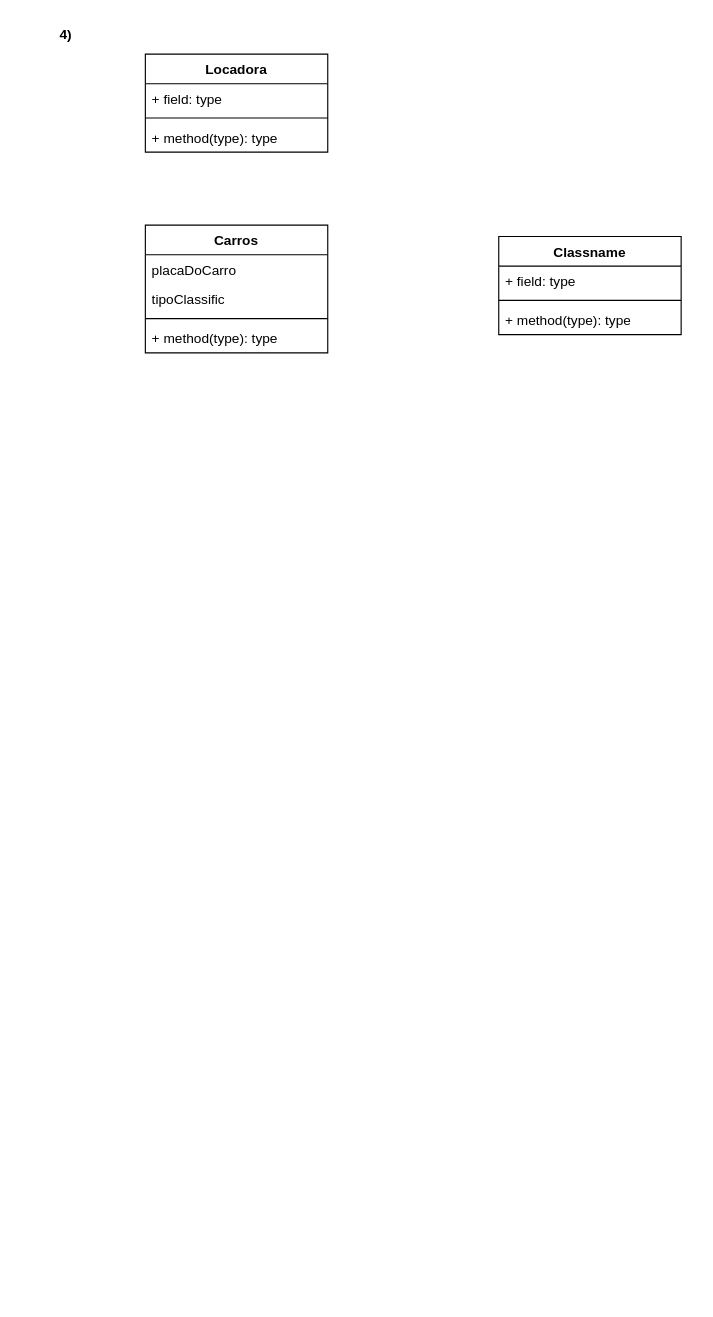
Earlier version of the draw.io diagram ENG SOFTWARE/aula02-07-03-25.drawio (dieguesmosken/mosken.fatec). Source tidied: cells renumbered, new cells numbered last; positions are measured from the earlier drawing's top-left corner, leaving out a move shared by most shapes. Both pictures are drawn from the tidied source at 114%, with x=0, y=0 at pixel (19, 19).
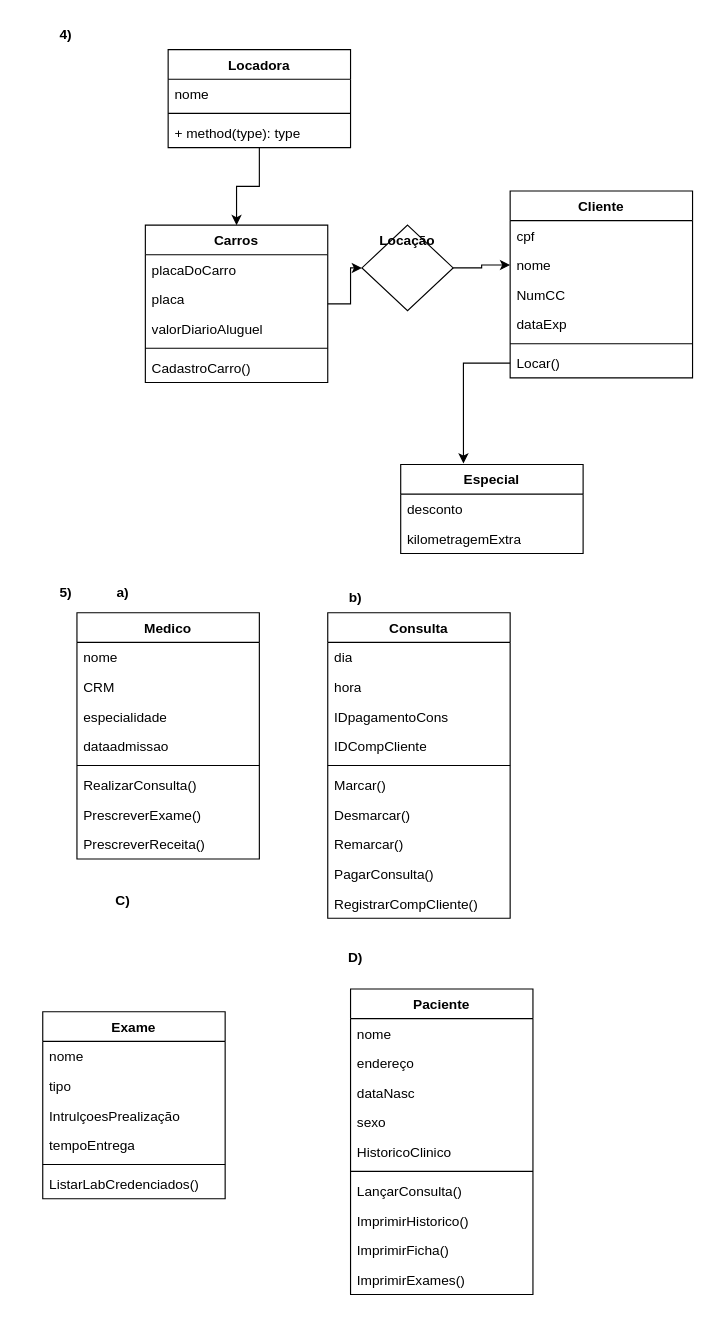
The same page after the edit.

Change to the diagram source:
```diff
@@
+    <mxCell id="16" style="edgeStyle=orthogonalEdgeStyle;rounded=0;jettySize=auto;html=1;" parent="1" edge="1" source="2" target="6">
+      <mxGeometry relative="1" as="geometry" />
+    </mxCell>
     <mxCell id="2" value="Locadora" style="swimlane;fontStyle=1;align=center;verticalAlign=top;horizontal=1;startSize=26;whiteSpace=wrap;html=1;" parent="1" vertex="1">
-      <mxGeometry x="110" y="30" width="160" height="86" as="geometry" />
+      <mxGeometry x="130" y="26" width="160" height="86" as="geometry" />
     </mxCell>
-    <mxCell id="3" value="+ field: type" style="text;strokeColor=none;fillColor=none;align=left;verticalAlign=top;spacingLeft=4;spacingRight=4;overflow=hidden;whiteSpace=wrap;html=1;" parent="2" vertex="1">
+    <mxCell id="3" value="nome" style="text;strokeColor=none;fillColor=none;align=left;verticalAlign=top;spacingLeft=4;spacingRight=4;overflow=hidden;whiteSpace=wrap;html=1;" parent="2" vertex="1">
       <mxGeometry y="26" width="160" height="26" as="geometry" />
     </mxCell>
@@
+    <mxCell id="17" style="edgeStyle=orthogonalEdgeStyle;rounded=0;jettySize=auto;html=1;" parent="1" edge="1" source="6" target="23">
+      <mxGeometry relative="1" as="geometry" />
+    </mxCell>
     <mxCell id="6" value="Carros" style="swimlane;fontStyle=1;align=center;verticalAlign=top;horizontal=1;startSize=26;whiteSpace=wrap;html=1;" parent="1" vertex="1">
-      <mxGeometry x="110" y="180" width="160" height="112" as="geometry" />
+      <mxGeometry x="110" y="180" width="160" height="138" as="geometry" />
     </mxCell>
@@
-    <mxCell id="8" value="tipoClassific" style="text;strokeColor=none;fillColor=none;align=left;verticalAlign=top;spacingLeft=4;spacingRight=4;overflow=hidden;whiteSpace=wrap;html=1;" parent="6" vertex="1">
+    <mxCell id="8" value="placa" style="text;strokeColor=none;fillColor=none;align=left;verticalAlign=top;spacingLeft=4;spacingRight=4;overflow=hidden;whiteSpace=wrap;html=1;" parent="6" vertex="1">
       <mxGeometry y="52" width="160" height="26" as="geometry" />
     </mxCell>
+    <mxCell id="18" value="valorDiarioAluguel&lt;div&gt;&lt;br&gt;&lt;/div&gt;" style="text;strokeColor=none;fillColor=none;align=left;verticalAlign=top;spacingLeft=4;spacingRight=4;overflow=hidden;whiteSpace=wrap;html=1;" parent="6" vertex="1">
+      <mxGeometry y="78" width="160" height="26" as="geometry" />
+    </mxCell>
     <mxCell id="9" style="line;strokeWidth=1;fillColor=none;align=left;verticalAlign=middle;spacingTop=-1;spacingLeft=3;spacingRight=3;labelPosition=right;strokeColor=inherit;" parent="6" vertex="1">
-      <mxGeometry y="78" width="160" height="8" as="geometry" />
+      <mxGeometry y="104" width="160" height="8" as="geometry" />
     </mxCell>
-    <mxCell id="10" value="+ method(type): type" style="text;strokeColor=none;fillColor=none;align=left;verticalAlign=top;spacingLeft=4;spacingRight=4;overflow=hidden;whiteSpace=wrap;html=1;" parent="6" vertex="1">
-      <mxGeometry y="86" width="160" height="26" as="geometry" />
+    <mxCell id="10" value="CadastroCarro()" style="text;strokeColor=none;fillColor=none;align=left;verticalAlign=top;spacingLeft=4;spacingRight=4;overflow=hidden;whiteSpace=wrap;html=1;" parent="6" vertex="1">
+      <mxGeometry y="112" width="160" height="26" as="geometry" />
     </mxCell>
-    <mxCell id="11" value="Classname" style="swimlane;fontStyle=1;align=center;verticalAlign=top;horizontal=1;startSize=26;whiteSpace=wrap;html=1;" parent="1" vertex="1">
-      <mxGeometry x="420" y="190" width="160" height="86" as="geometry" />
+    <mxCell id="11" value="Cliente" style="swimlane;fontStyle=1;align=center;verticalAlign=top;horizontal=1;startSize=26;whiteSpace=wrap;html=1;" parent="1" vertex="1">
+      <mxGeometry x="430" y="150" width="160" height="164" as="geometry" />
     </mxCell>
-    <mxCell id="12" value="+ field: type" style="text;strokeColor=none;fillColor=none;align=left;verticalAlign=top;spacingLeft=4;spacingRight=4;overflow=hidden;whiteSpace=wrap;html=1;" parent="11" vertex="1">
+    <mxCell id="12" value="cpf" style="text;strokeColor=none;fillColor=none;align=left;verticalAlign=top;spacingLeft=4;spacingRight=4;overflow=hidden;whiteSpace=wrap;html=1;" parent="11" vertex="1">
       <mxGeometry y="26" width="160" height="26" as="geometry" />
     </mxCell>
+    <mxCell id="19" value="nome" style="text;strokeColor=none;fillColor=none;align=left;verticalAlign=top;spacingLeft=4;spacingRight=4;overflow=hidden;points=[[0,0.5],[1,0.5]];portConstraint=eastwest;whiteSpace=wrap;html=1;" parent="11" vertex="1">
+      <mxGeometry y="52" width="160" height="26" as="geometry" />
+    </mxCell>
+    <mxCell id="20" value="NumCC" style="text;strokeColor=none;fillColor=none;align=left;verticalAlign=top;spacingLeft=4;spacingRight=4;overflow=hidden;whiteSpace=wrap;html=1;" parent="11" vertex="1">
+      <mxGeometry y="78" width="160" height="26" as="geometry" />
+    </mxCell>
+    <mxCell id="21" value="dataExp&lt;div&gt;&lt;br&gt;&lt;/div&gt;" style="text;strokeColor=none;fillColor=none;align=left;verticalAlign=top;spacingLeft=4;spacingRight=4;overflow=hidden;whiteSpace=wrap;html=1;" parent="11" vertex="1">
+      <mxGeometry y="104" width="160" height="26" as="geometry" />
+    </mxCell>
     <mxCell id="13" style="line;strokeWidth=1;fillColor=none;align=left;verticalAlign=middle;spacingTop=-1;spacingLeft=3;spacingRight=3;labelPosition=right;strokeColor=inherit;" parent="11" vertex="1">
-      <mxGeometry y="52" width="160" height="8" as="geometry" />
+      <mxGeometry y="130" width="160" height="8" as="geometry" />
     </mxCell>
-    <mxCell id="14" value="+ method(type): type" style="text;strokeColor=none;fillColor=none;align=left;verticalAlign=top;spacingLeft=4;spacingRight=4;overflow=hidden;points=[[0,0.5],[1,0.5]];portConstraint=eastwest;whiteSpace=wrap;html=1;" parent="11" vertex="1">
-      <mxGeometry y="60" width="160" height="26" as="geometry" />
+    <mxCell id="14" value="Locar()" style="text;strokeColor=none;fillColor=none;align=left;verticalAlign=top;spacingLeft=4;spacingRight=4;overflow=hidden;points=[[0,0.5],[1,0.5]];portConstraint=eastwest;whiteSpace=wrap;html=1;" parent="11" vertex="1">
+      <mxGeometry y="138" width="160" height="26" as="geometry" />
     </mxCell>
@@
+    <mxCell id="22" style="edgeStyle=orthogonalEdgeStyle;rounded=0;jettySize=auto;html=1;" parent="1" edge="1" source="23" target="19">
+      <mxGeometry relative="1" as="geometry" />
+    </mxCell>
+    <mxCell id="23" value="Locação" style="rhombus;whiteSpace=wrap;html=1;verticalAlign=top;fontStyle=1;startSize=26;" parent="1" vertex="1">
+      <mxGeometry x="300" y="180" width="80" height="75" as="geometry" />
+    </mxCell>
+    <mxCell id="24" value="Especial" style="swimlane;fontStyle=1;align=center;verticalAlign=top;horizontal=1;startSize=26;whiteSpace=wrap;html=1;" parent="1" vertex="1">
+      <mxGeometry x="334" y="390" width="160" height="78" as="geometry" />
+    </mxCell>
+    <mxCell id="25" value="desconto" style="text;strokeColor=none;fillColor=none;align=left;verticalAlign=top;spacingLeft=4;spacingRight=4;overflow=hidden;whiteSpace=wrap;html=1;" parent="24" vertex="1">
+      <mxGeometry y="26" width="160" height="26" as="geometry" />
+    </mxCell>
+    <mxCell id="26" value="kilometragemExtra" style="text;strokeColor=none;fillColor=none;align=left;verticalAlign=top;spacingLeft=4;spacingRight=4;overflow=hidden;whiteSpace=wrap;html=1;" parent="24" vertex="1">
+      <mxGeometry y="52" width="160" height="26" as="geometry" />
+    </mxCell>
+    <mxCell id="27" style="edgeStyle=orthogonalEdgeStyle;rounded=0;jettySize=auto;html=1;entryX=0.344;entryY=-0.012;entryDx=0;entryDy=0;entryPerimeter=0;" parent="1" edge="1" source="14" target="24">
+      <mxGeometry relative="1" as="geometry" />
+    </mxCell>
+    <mxCell id="28" value="5)" style="text;align=center;fontStyle=1;verticalAlign=middle;spacingLeft=3;spacingRight=3;strokeColor=none;html=1;" parent="1" vertex="1">
+      <mxGeometry y="490" width="80" height="26" as="geometry" />
+    </mxCell>
+    <mxCell id="29" value="Medico" style="swimlane;fontStyle=1;align=center;verticalAlign=top;horizontal=1;startSize=26;whiteSpace=wrap;html=1;" parent="1" vertex="1">
+      <mxGeometry x="50" y="520" width="160" height="216" as="geometry" />
+    </mxCell>
+    <mxCell id="30" value="nome" style="text;strokeColor=none;fillColor=none;align=left;verticalAlign=top;spacingLeft=4;spacingRight=4;overflow=hidden;whiteSpace=wrap;html=1;" parent="29" vertex="1">
+      <mxGeometry y="26" width="160" height="26" as="geometry" />
+    </mxCell>
+    <mxCell id="31" value="CRM" style="text;strokeColor=none;fillColor=none;align=left;verticalAlign=top;spacingLeft=4;spacingRight=4;overflow=hidden;whiteSpace=wrap;html=1;" parent="29" vertex="1">
+      <mxGeometry y="52" width="160" height="26" as="geometry" />
+    </mxCell>
+    <mxCell id="32" value="especialidade" style="text;strokeColor=none;fillColor=none;align=left;verticalAlign=top;spacingLeft=4;spacingRight=4;overflow=hidden;whiteSpace=wrap;html=1;" parent="29" vertex="1">
+      <mxGeometry y="78" width="160" height="26" as="geometry" />
+    </mxCell>
+    <mxCell id="33" value="dataadmissao" style="text;strokeColor=none;fillColor=none;align=left;verticalAlign=top;spacingLeft=4;spacingRight=4;overflow=hidden;whiteSpace=wrap;html=1;" parent="29" vertex="1">
+      <mxGeometry y="104" width="160" height="26" as="geometry" />
+    </mxCell>
+    <mxCell id="34" style="line;strokeWidth=1;fillColor=none;align=left;verticalAlign=middle;spacingTop=-1;spacingLeft=3;spacingRight=3;labelPosition=right;strokeColor=inherit;" parent="29" vertex="1">
+      <mxGeometry y="130" width="160" height="8" as="geometry" />
+    </mxCell>
+    <mxCell id="35" value="RealizarConsulta()" style="text;strokeColor=none;fillColor=none;align=left;verticalAlign=top;spacingLeft=4;spacingRight=4;overflow=hidden;whiteSpace=wrap;html=1;" parent="29" vertex="1">
+      <mxGeometry y="138" width="160" height="26" as="geometry" />
+    </mxCell>
+    <mxCell id="36" value="PrescreverExame()" style="text;strokeColor=none;fillColor=none;align=left;verticalAlign=top;spacingLeft=4;spacingRight=4;overflow=hidden;whiteSpace=wrap;html=1;" parent="29" vertex="1">
+      <mxGeometry y="164" width="160" height="26" as="geometry" />
+    </mxCell>
+    <mxCell id="37" value="PrescreverReceita()" style="text;strokeColor=none;fillColor=none;align=left;verticalAlign=top;spacingLeft=4;spacingRight=4;overflow=hidden;whiteSpace=wrap;html=1;" parent="29" vertex="1">
+      <mxGeometry y="190" width="160" height="26" as="geometry" />
+    </mxCell>
+    <mxCell id="38" value="a)" style="text;align=center;fontStyle=1;verticalAlign=middle;spacingLeft=3;spacingRight=3;strokeColor=none;html=1;" parent="1" vertex="1">
+      <mxGeometry x="50" y="490" width="80" height="26" as="geometry" />
+    </mxCell>
+    <mxCell id="39" value="Consulta" style="swimlane;fontStyle=1;align=center;verticalAlign=top;horizontal=1;startSize=26;whiteSpace=wrap;html=1;" parent="1" vertex="1">
+      <mxGeometry x="270" y="520" width="160" height="268" as="geometry" />
+    </mxCell>
+    <mxCell id="40" value="dia" style="text;strokeColor=none;fillColor=none;align=left;verticalAlign=top;spacingLeft=4;spacingRight=4;overflow=hidden;whiteSpace=wrap;html=1;" parent="39" vertex="1">
+      <mxGeometry y="26" width="160" height="26" as="geometry" />
+    </mxCell>
+    <mxCell id="41" value="hora" style="text;strokeColor=none;fillColor=none;align=left;verticalAlign=top;spacingLeft=4;spacingRight=4;overflow=hidden;whiteSpace=wrap;html=1;" parent="39" vertex="1">
+      <mxGeometry y="52" width="160" height="26" as="geometry" />
+    </mxCell>
+    <mxCell id="42" value="IDpagamentoCons" style="text;strokeColor=none;fillColor=none;align=left;verticalAlign=top;spacingLeft=4;spacingRight=4;overflow=hidden;whiteSpace=wrap;html=1;" parent="39" vertex="1">
+      <mxGeometry y="78" width="160" height="26" as="geometry" />
+    </mxCell>
+    <mxCell id="43" value="IDCompCliente" style="text;strokeColor=none;fillColor=none;align=left;verticalAlign=top;spacingLeft=4;spacingRight=4;overflow=hidden;whiteSpace=wrap;html=1;" parent="39" vertex="1">
+      <mxGeometry y="104" width="160" height="26" as="geometry" />
+    </mxCell>
+    <mxCell id="44" style="line;strokeWidth=1;fillColor=none;align=left;verticalAlign=middle;spacingTop=-1;spacingLeft=3;spacingRight=3;labelPosition=right;strokeColor=inherit;" parent="39" vertex="1">
+      <mxGeometry y="130" width="160" height="8" as="geometry" />
+    </mxCell>
+    <mxCell id="45" value="Marcar()" style="text;strokeColor=none;fillColor=none;align=left;verticalAlign=top;spacingLeft=4;spacingRight=4;overflow=hidden;whiteSpace=wrap;html=1;" parent="39" vertex="1">
+      <mxGeometry y="138" width="160" height="26" as="geometry" />
+    </mxCell>
+    <mxCell id="46" value="Desmarcar()" style="text;strokeColor=none;fillColor=none;align=left;verticalAlign=top;spacingLeft=4;spacingRight=4;overflow=hidden;whiteSpace=wrap;html=1;" parent="39" vertex="1">
+      <mxGeometry y="164" width="160" height="26" as="geometry" />
+    </mxCell>
+    <mxCell id="47" value="Remarcar()" style="text;strokeColor=none;fillColor=none;align=left;verticalAlign=top;spacingLeft=4;spacingRight=4;overflow=hidden;whiteSpace=wrap;html=1;" parent="39" vertex="1">
+      <mxGeometry y="190" width="160" height="26" as="geometry" />
+    </mxCell>
+    <mxCell id="48" value="PagarConsulta()" style="text;strokeColor=none;fillColor=none;align=left;verticalAlign=top;spacingLeft=4;spacingRight=4;overflow=hidden;whiteSpace=wrap;html=1;" parent="39" vertex="1">
+      <mxGeometry y="216" width="160" height="26" as="geometry" />
+    </mxCell>
+    <mxCell id="49" value="RegistrarCompCliente()" style="text;strokeColor=none;fillColor=none;align=left;verticalAlign=top;spacingLeft=4;spacingRight=4;overflow=hidden;whiteSpace=wrap;html=1;" parent="39" vertex="1">
+      <mxGeometry y="242" width="160" height="26" as="geometry" />
+    </mxCell>
+    <mxCell id="50" value="b)" style="text;align=center;fontStyle=1;verticalAlign=middle;spacingLeft=3;spacingRight=3;strokeColor=none;html=1;" parent="1" vertex="1">
+      <mxGeometry x="254" y="494" width="80" height="26" as="geometry" />
+    </mxCell>
+    <mxCell id="51" value="C)" style="text;align=center;fontStyle=1;verticalAlign=middle;spacingLeft=3;spacingRight=3;strokeColor=none;html=1;" parent="1" vertex="1">
+      <mxGeometry x="50" y="760" width="80" height="26" as="geometry" />
+    </mxCell>
+    <mxCell id="52" value="Paciente" style="swimlane;fontStyle=1;align=center;verticalAlign=top;horizontal=1;startSize=26;whiteSpace=wrap;html=1;" parent="1" vertex="1">
+      <mxGeometry x="290" y="850" width="160" height="268" as="geometry" />
+    </mxCell>
+    <mxCell id="53" value="nome" style="text;strokeColor=none;fillColor=none;align=left;verticalAlign=top;spacingLeft=4;spacingRight=4;overflow=hidden;whiteSpace=wrap;html=1;" parent="52" vertex="1">
+      <mxGeometry y="26" width="160" height="26" as="geometry" />
+    </mxCell>
+    <mxCell id="54" value="endereço" style="text;strokeColor=none;fillColor=none;align=left;verticalAlign=top;spacingLeft=4;spacingRight=4;overflow=hidden;whiteSpace=wrap;html=1;" parent="52" vertex="1">
+      <mxGeometry y="52" width="160" height="26" as="geometry" />
+    </mxCell>
+    <mxCell id="55" value="dataNasc" style="text;strokeColor=none;fillColor=none;align=left;verticalAlign=top;spacingLeft=4;spacingRight=4;overflow=hidden;whiteSpace=wrap;html=1;" parent="52" vertex="1">
+      <mxGeometry y="78" width="160" height="26" as="geometry" />
+    </mxCell>
+    <mxCell id="56" value="sexo" style="text;strokeColor=none;fillColor=none;align=left;verticalAlign=top;spacingLeft=4;spacingRight=4;overflow=hidden;whiteSpace=wrap;html=1;" parent="52" vertex="1">
+      <mxGeometry y="104" width="160" height="26" as="geometry" />
+    </mxCell>
+    <mxCell id="57" value="HistoricoClinico" style="text;strokeColor=none;fillColor=none;align=left;verticalAlign=top;spacingLeft=4;spacingRight=4;overflow=hidden;whiteSpace=wrap;html=1;" parent="52" vertex="1">
+      <mxGeometry y="130" width="160" height="26" as="geometry" />
+    </mxCell>
+    <mxCell id="58" style="line;strokeWidth=1;fillColor=none;align=left;verticalAlign=middle;spacingTop=-1;spacingLeft=3;spacingRight=3;labelPosition=right;strokeColor=inherit;" parent="52" vertex="1">
+      <mxGeometry y="156" width="160" height="8" as="geometry" />
+    </mxCell>
+    <mxCell id="59" value="LançarConsulta()" style="text;strokeColor=none;fillColor=none;align=left;verticalAlign=top;spacingLeft=4;spacingRight=4;overflow=hidden;whiteSpace=wrap;html=1;" parent="52" vertex="1">
+      <mxGeometry y="164" width="160" height="26" as="geometry" />
+    </mxCell>
+    <mxCell id="60" value="ImprimirHistorico()" style="text;strokeColor=none;fillColor=none;align=left;verticalAlign=top;spacingLeft=4;spacingRight=4;overflow=hidden;whiteSpace=wrap;html=1;" parent="52" vertex="1">
+      <mxGeometry y="190" width="160" height="26" as="geometry" />
+    </mxCell>
+    <mxCell id="61" value="ImprimirFicha()" style="text;strokeColor=none;fillColor=none;align=left;verticalAlign=top;spacingLeft=4;spacingRight=4;overflow=hidden;whiteSpace=wrap;html=1;" parent="52" vertex="1">
+      <mxGeometry y="216" width="160" height="26" as="geometry" />
+    </mxCell>
+    <mxCell id="62" value="ImprimirExames()" style="text;strokeColor=none;fillColor=none;align=left;verticalAlign=top;spacingLeft=4;spacingRight=4;overflow=hidden;whiteSpace=wrap;html=1;" parent="52" vertex="1">
+      <mxGeometry y="242" width="160" height="26" as="geometry" />
+    </mxCell>
+    <mxCell id="63" value="D)" style="text;align=center;fontStyle=1;verticalAlign=middle;spacingLeft=3;spacingRight=3;strokeColor=none;html=1;" parent="1" vertex="1">
+      <mxGeometry x="254" y="810" width="80" height="26" as="geometry" />
+    </mxCell>
+    <mxCell id="64" value="Exame" style="swimlane;fontStyle=1;align=center;verticalAlign=top;horizontal=1;startSize=26;whiteSpace=wrap;html=1;" parent="1" vertex="1">
+      <mxGeometry x="20" y="870" width="160" height="164" as="geometry" />
+    </mxCell>
+    <mxCell id="65" value="nome" style="text;strokeColor=none;fillColor=none;align=left;verticalAlign=top;spacingLeft=4;spacingRight=4;overflow=hidden;whiteSpace=wrap;html=1;" parent="64" vertex="1">
+      <mxGeometry y="26" width="160" height="26" as="geometry" />
+    </mxCell>
+    <mxCell id="66" value="tipo" style="text;strokeColor=none;fillColor=none;align=left;verticalAlign=top;spacingLeft=4;spacingRight=4;overflow=hidden;whiteSpace=wrap;html=1;" parent="64" vertex="1">
+      <mxGeometry y="52" width="160" height="26" as="geometry" />
+    </mxCell>
+    <mxCell id="67" value="IntrulçoesPrealização" style="text;strokeColor=none;fillColor=none;align=left;verticalAlign=top;spacingLeft=4;spacingRight=4;overflow=hidden;whiteSpace=wrap;html=1;" parent="64" vertex="1">
+      <mxGeometry y="78" width="160" height="26" as="geometry" />
+    </mxCell>
+    <mxCell id="68" value="tempoEntrega" style="text;strokeColor=none;fillColor=none;align=left;verticalAlign=top;spacingLeft=4;spacingRight=4;overflow=hidden;whiteSpace=wrap;html=1;" parent="64" vertex="1">
+      <mxGeometry y="104" width="160" height="26" as="geometry" />
+    </mxCell>
+    <mxCell id="69" style="line;strokeWidth=1;fillColor=none;align=left;verticalAlign=middle;spacingTop=-1;spacingLeft=3;spacingRight=3;labelPosition=right;strokeColor=inherit;" parent="64" vertex="1">
+      <mxGeometry y="130" width="160" height="8" as="geometry" />
+    </mxCell>
+    <mxCell id="70" value="ListarLabCredenciados()" style="text;strokeColor=none;fillColor=none;align=left;verticalAlign=top;spacingLeft=4;spacingRight=4;overflow=hidden;whiteSpace=wrap;html=1;" parent="64" vertex="1">
+      <mxGeometry y="138" width="160" height="26" as="geometry" />
+    </mxCell>
```
